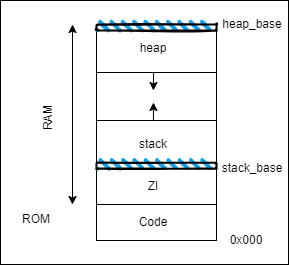
The draw.io diagram Report/diagrams/esd-diagrams-Memory.png in PavlosTzitzos/esd-project, before a commit. Source tidied: cells renumbered, new cells last; positions are measured from the earlier drawing's top-left corner, leaving out a move shared by most shapes.
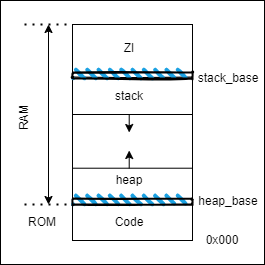
The same file after the commit.

Commit message:
fixed memory diagram

Diff of the diagram source:
```diff
@@ -7,20 +7,20 @@
     </mxCell>
     <mxCell id="3" style="endArrow=none;html=1;rounded=0;entryX=1;entryY=0.75;entryDx=0;entryDy=0;exitX=0;exitY=0.75;exitDx=0;exitDy=0;" parent="1" edge="1">
       <mxGeometry relative="1" as="geometry">
-        <mxPoint x="96" y="72" as="sourcePoint" />
-        <mxPoint x="216" y="72" as="targetPoint" />
+        <mxPoint x="96" y="114" as="sourcePoint" />
+        <mxPoint x="216" y="114" as="targetPoint" />
       </mxGeometry>
     </mxCell>
     <mxCell id="4" style="endArrow=none;html=1;rounded=0;entryX=1;entryY=0.75;entryDx=0;entryDy=0;exitX=0;exitY=0.75;exitDx=0;exitDy=0;" parent="1" edge="1">
       <mxGeometry relative="1" as="geometry">
-        <mxPoint x="96" y="168" as="sourcePoint" />
-        <mxPoint x="216" y="168" as="targetPoint" />
+        <mxPoint x="96" y="198" as="sourcePoint" />
+        <mxPoint x="216" y="198" as="targetPoint" />
       </mxGeometry>
     </mxCell>
     <mxCell id="5" style="endArrow=none;html=1;rounded=0;entryX=1;entryY=0.75;entryDx=0;entryDy=0;exitX=0;exitY=0.75;exitDx=0;exitDy=0;" parent="1" edge="1">
       <mxGeometry relative="1" as="geometry">
-        <mxPoint x="96" y="120" as="sourcePoint" />
-        <mxPoint x="216" y="120" as="targetPoint" />
+        <mxPoint x="96" y="167.7" as="sourcePoint" />
+        <mxPoint x="216" y="167.7" as="targetPoint" />
       </mxGeometry>
     </mxCell>
     <mxCell id="6" style="endArrow=none;html=1;rounded=0;entryX=1;entryY=0.75;entryDx=0;entryDy=0;exitX=0;exitY=0.75;exitDx=0;exitDy=0;" parent="1" edge="1">
@@ -33,22 +33,22 @@
       <mxGeometry x="120" y="204" width="66" height="36" as="geometry" />
     </mxCell>
     <mxCell id="8" value="ZI" style="text;html=1;strokeColor=none;fillColor=none;align=center;verticalAlign=middle;whiteSpace=wrap;rounded=0;" parent="1" vertex="1">
-      <mxGeometry x="120" y="168" width="66" height="36" as="geometry" />
+      <mxGeometry x="120" y="30" width="66" height="36" as="geometry" />
     </mxCell>
     <mxCell id="9" value="stack" style="text;html=1;strokeColor=none;fillColor=none;align=center;verticalAlign=middle;whiteSpace=wrap;rounded=0;" parent="1" vertex="1">
-      <mxGeometry x="120" y="120" width="66" height="48" as="geometry" />
+      <mxGeometry x="120" y="72" width="66" height="48" as="geometry" />
     </mxCell>
     <mxCell id="10" value="heap" style="text;html=1;strokeColor=none;fillColor=none;align=center;verticalAlign=middle;whiteSpace=wrap;rounded=0;" parent="1" vertex="1">
-      <mxGeometry x="120" y="24" width="66" height="48" as="geometry" />
+      <mxGeometry x="120" y="156" width="66" height="48" as="geometry" />
     </mxCell>
     <mxCell id="11" value="0x000" style="text;html=1;strokeColor=none;fillColor=none;align=center;verticalAlign=middle;whiteSpace=wrap;rounded=0;" parent="1" vertex="1">
       <mxGeometry x="216" y="228" width="60" height="24" as="geometry" />
     </mxCell>
     <mxCell id="12" value="stack_base" style="text;html=1;strokeColor=none;fillColor=none;align=center;verticalAlign=middle;whiteSpace=wrap;rounded=0;" parent="1" vertex="1">
-      <mxGeometry x="222" y="156" width="60" height="24" as="geometry" />
+      <mxGeometry x="222" y="66" width="60" height="24" as="geometry" />
     </mxCell>
     <mxCell id="13" value="heap_base" style="text;html=1;strokeColor=none;fillColor=none;align=center;verticalAlign=middle;whiteSpace=wrap;rounded=0;" parent="1" vertex="1">
-      <mxGeometry x="222" y="12" width="60" height="24" as="geometry" />
+      <mxGeometry x="222" y="189" width="60" height="24" as="geometry" />
     </mxCell>
     <mxCell id="14" style="endArrow=classic;startArrow=classic;html=1;rounded=0;" parent="1" edge="1">
       <mxGeometry relative="1" as="geometry">
@@ -60,40 +60,55 @@
       <mxGeometry x="18" y="102" width="60" height="30" as="geometry" />
     </mxCell>
     <mxCell id="16" value="ROM" style="text;html=1;strokeColor=none;fillColor=none;align=center;verticalAlign=middle;whiteSpace=wrap;rounded=0;" parent="1" vertex="1">
-      <mxGeometry x="6" y="204" width="60" height="30" as="geometry" />
+      <mxGeometry x="36" y="207" width="60" height="30" as="geometry" />
     </mxCell>
     <mxCell id="17" style="endArrow=none;html=1;rounded=0;entryX=1;entryY=0.75;entryDx=0;entryDy=0;exitX=0;exitY=0.75;exitDx=0;exitDy=0;" parent="1" edge="1">
       <mxGeometry relative="1" as="geometry">
-        <mxPoint x="96" y="162" as="sourcePoint" />
-        <mxPoint x="216" y="162" as="targetPoint" />
+        <mxPoint x="96" y="72" as="sourcePoint" />
+        <mxPoint x="216" y="72" as="targetPoint" />
       </mxGeometry>
     </mxCell>
-    <mxCell id="18" style="endArrow=none;html=1;rounded=0;entryX=1;entryY=0.75;entryDx=0;entryDy=0;exitX=0;exitY=0.75;exitDx=0;exitDy=0;" parent="1" edge="1">
+    <mxCell id="18" style="endArrow=none;html=1;rounded=0;entryX=1;entryY=0.75;entryDx=0;entryDy=0;exitX=0;exitY=0.75;exitDx=0;exitDy=0;" parent="1" edge="1" source="20">
       <mxGeometry relative="1" as="geometry">
-        <mxPoint x="96" y="30" as="sourcePoint" />
-        <mxPoint x="216" y="30" as="targetPoint" />
+        <mxPoint x="216" y="77.7" as="targetPoint" />
       </mxGeometry>
     </mxCell>
     <mxCell id="19" style="rounded=1;whiteSpace=wrap;html=1;strokeWidth=2;fillWeight=4;hachureGap=8;hachureAngle=45;fillColor=#1ba1e2;sketch=1;" parent="1" vertex="1">
-      <mxGeometry x="96" y="162" width="120" height="6" as="geometry" />
+      <mxGeometry x="96" y="198" width="120" height="6" as="geometry" />
     </mxCell>
-    <mxCell id="20" style="rounded=1;whiteSpace=wrap;html=1;strokeWidth=2;fillWeight=4;hachureGap=8;hachureAngle=45;fillColor=#1ba1e2;sketch=1;" parent="1" vertex="1">
-      <mxGeometry x="96" y="24" width="120" height="6" as="geometry" />
-    </mxCell>
     <mxCell id="21" style="endArrow=classic;html=1;rounded=0;" parent="1" edge="1">
       <mxGeometry relative="1" as="geometry">
-        <mxPoint x="152.9" y="120" as="sourcePoint" />
-        <mxPoint x="152.9" y="102" as="targetPoint" />
+        <mxPoint x="152.7" y="168" as="sourcePoint" />
+        <mxPoint x="152.7" y="150" as="targetPoint" />
       </mxGeometry>
     </mxCell>
     <mxCell id="22" style="endArrow=classic;html=1;rounded=0;" parent="1" edge="1">
       <mxGeometry relative="1" as="geometry">
-        <mxPoint x="152.9" y="72" as="sourcePoint" />
-        <mxPoint x="152.9" y="90" as="targetPoint" />
+        <mxPoint x="152.7" y="114" as="sourcePoint" />
+        <mxPoint x="152.7" y="132" as="targetPoint" />
       </mxGeometry>
     </mxCell>
     <mxCell id="23" style="rounded=0;whiteSpace=wrap;html=1;fillColor=none;" parent="1" vertex="1">
-      <mxGeometry width="288" height="264" as="geometry" />
+      <mxGeometry x="24" width="264" height="264" as="geometry" />
     </mxCell>
+    <mxCell id="24" style="endArrow=none;html=1;rounded=0;entryX=1;entryY=0.75;entryDx=0;entryDy=0;exitX=0;exitY=0.75;exitDx=0;exitDy=0;" parent="1" edge="1" target="20">
+      <mxGeometry relative="1" as="geometry">
+        <mxPoint x="96" y="77.7" as="sourcePoint" />
+      </mxGeometry>
+    </mxCell>
+    <mxCell id="20" style="rounded=1;whiteSpace=wrap;html=1;strokeWidth=2;fillWeight=4;hachureGap=8;hachureAngle=45;fillColor=#1ba1e2;sketch=1;" parent="1" vertex="1">
+      <mxGeometry x="96" y="72" width="120" height="6" as="geometry" />
+    </mxCell>
+    <mxCell id="25" style="endArrow=none;dashed=1;html=1;dashPattern=1 3;strokeWidth=2;rounded=0;entryX=0;entryY=1;entryDx=0;entryDy=0;" parent="1" edge="1" target="19">
+      <mxGeometry relative="1" as="geometry">
+        <mxPoint x="48" y="204" as="sourcePoint" />
+      </mxGeometry>
+    </mxCell>
+    <mxCell id="26" style="endArrow=none;dashed=1;html=1;dashPattern=1 3;strokeWidth=2;rounded=0;entryX=0;entryY=1;entryDx=0;entryDy=0;" parent="1" edge="1">
+      <mxGeometry relative="1" as="geometry">
+        <mxPoint x="48" y="24" as="sourcePoint" />
+        <mxPoint x="96" y="24" as="targetPoint" />
+      </mxGeometry>
+    </mxCell>
   </root>
 </mxGraphModel>
```
